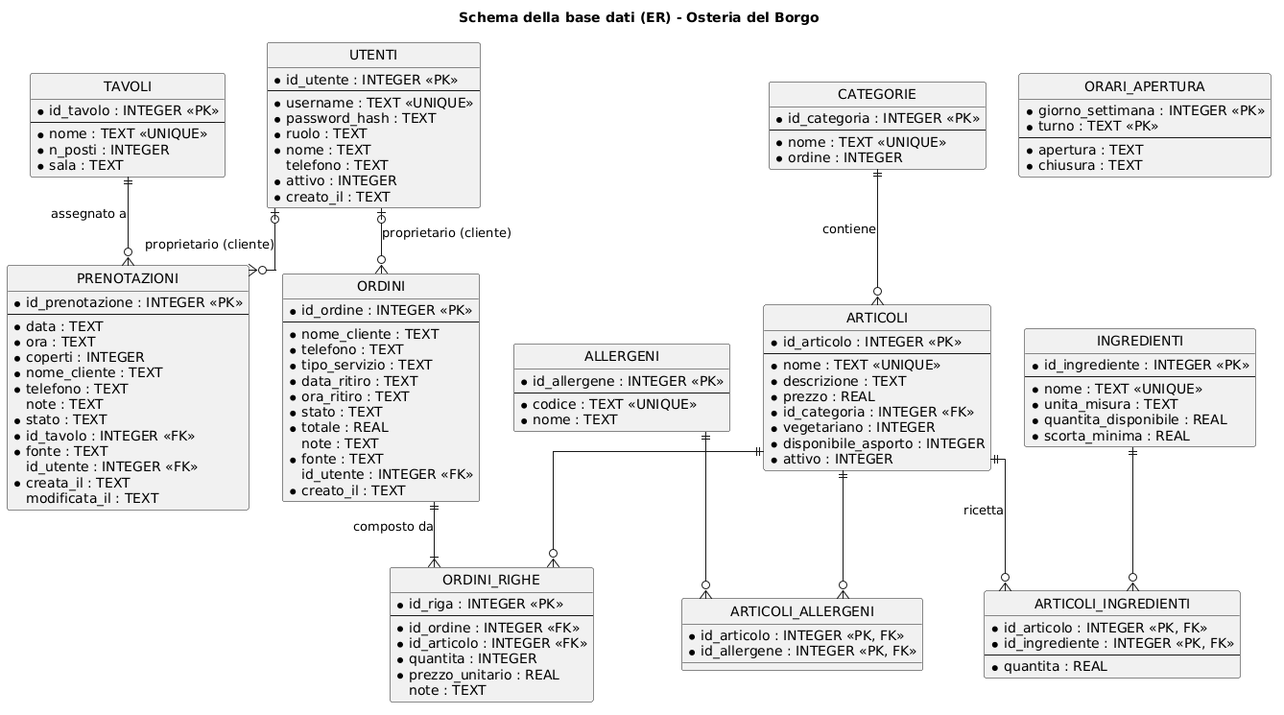
Earlier version of the PlantUML export docs/diagrammi/er.png (Gabrymarg/Gabrymarg-AI-MCP).
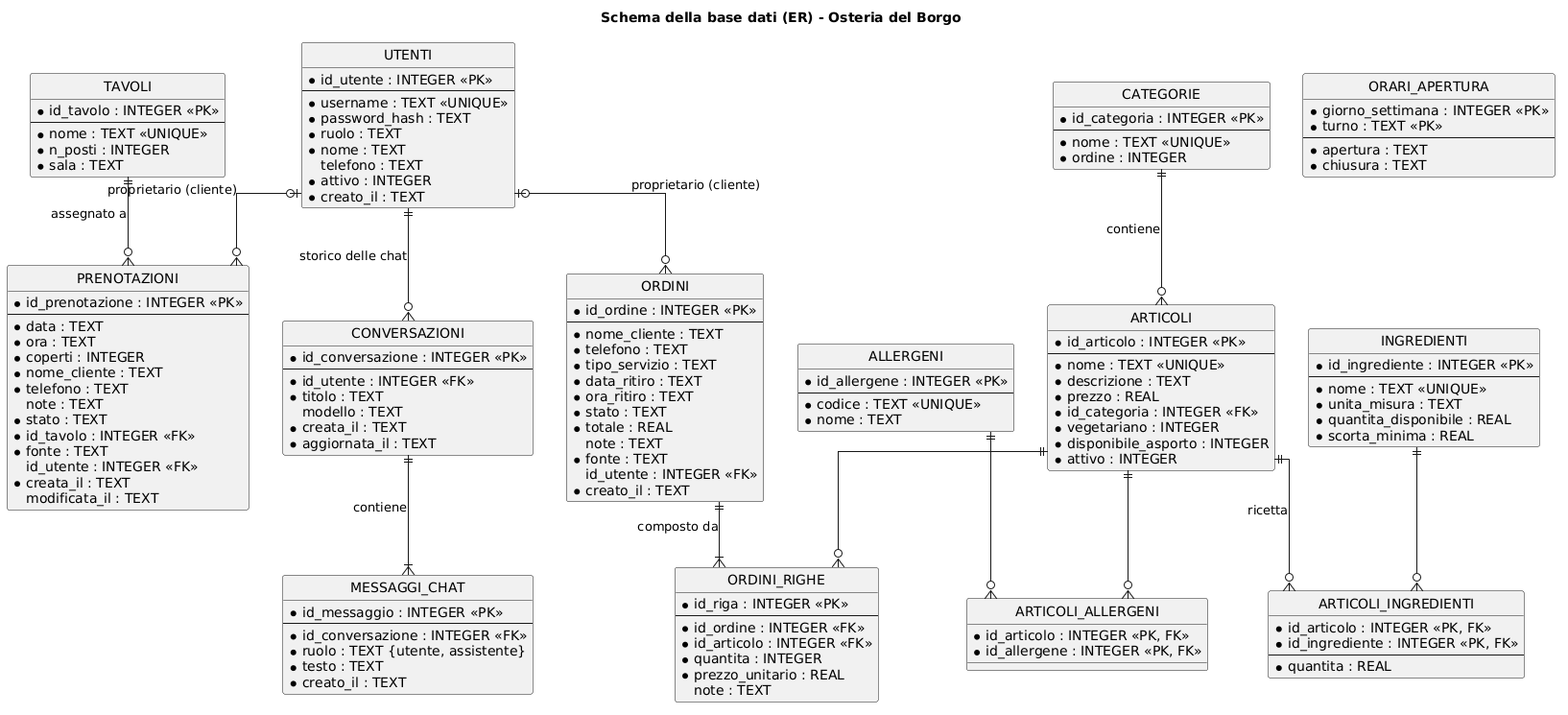
Later version of the same file.

Change to the diagram source:
```diff
@@ -122,6 +122,27 @@
   note : TEXT
 }
 
+entity CONVERSAZIONI {
+  * id_conversazione : INTEGER <<PK>>
+  --
+  * id_utente : INTEGER <<FK>>
+  * titolo : TEXT
+  modello : TEXT
+  * creata_il : TEXT
+  * aggiornata_il : TEXT
+}
+
+entity MESSAGGI_CHAT {
+  * id_messaggio : INTEGER <<PK>>
+  --
+  * id_conversazione : INTEGER <<FK>>
+  * ruolo : TEXT {utente, assistente}
+  * testo : TEXT
+  * creato_il : TEXT
+}
+
+UTENTI ||--o{ CONVERSAZIONI : "storico delle chat"
+CONVERSAZIONI ||--|{ MESSAGGI_CHAT : "contiene"
 UTENTI |o--o{ PRENOTAZIONI : "proprietario (cliente)"
 UTENTI |o--o{ ORDINI : "proprietario (cliente)"
 TAVOLI ||--o{ PRENOTAZIONI : "assegnato a"
```
